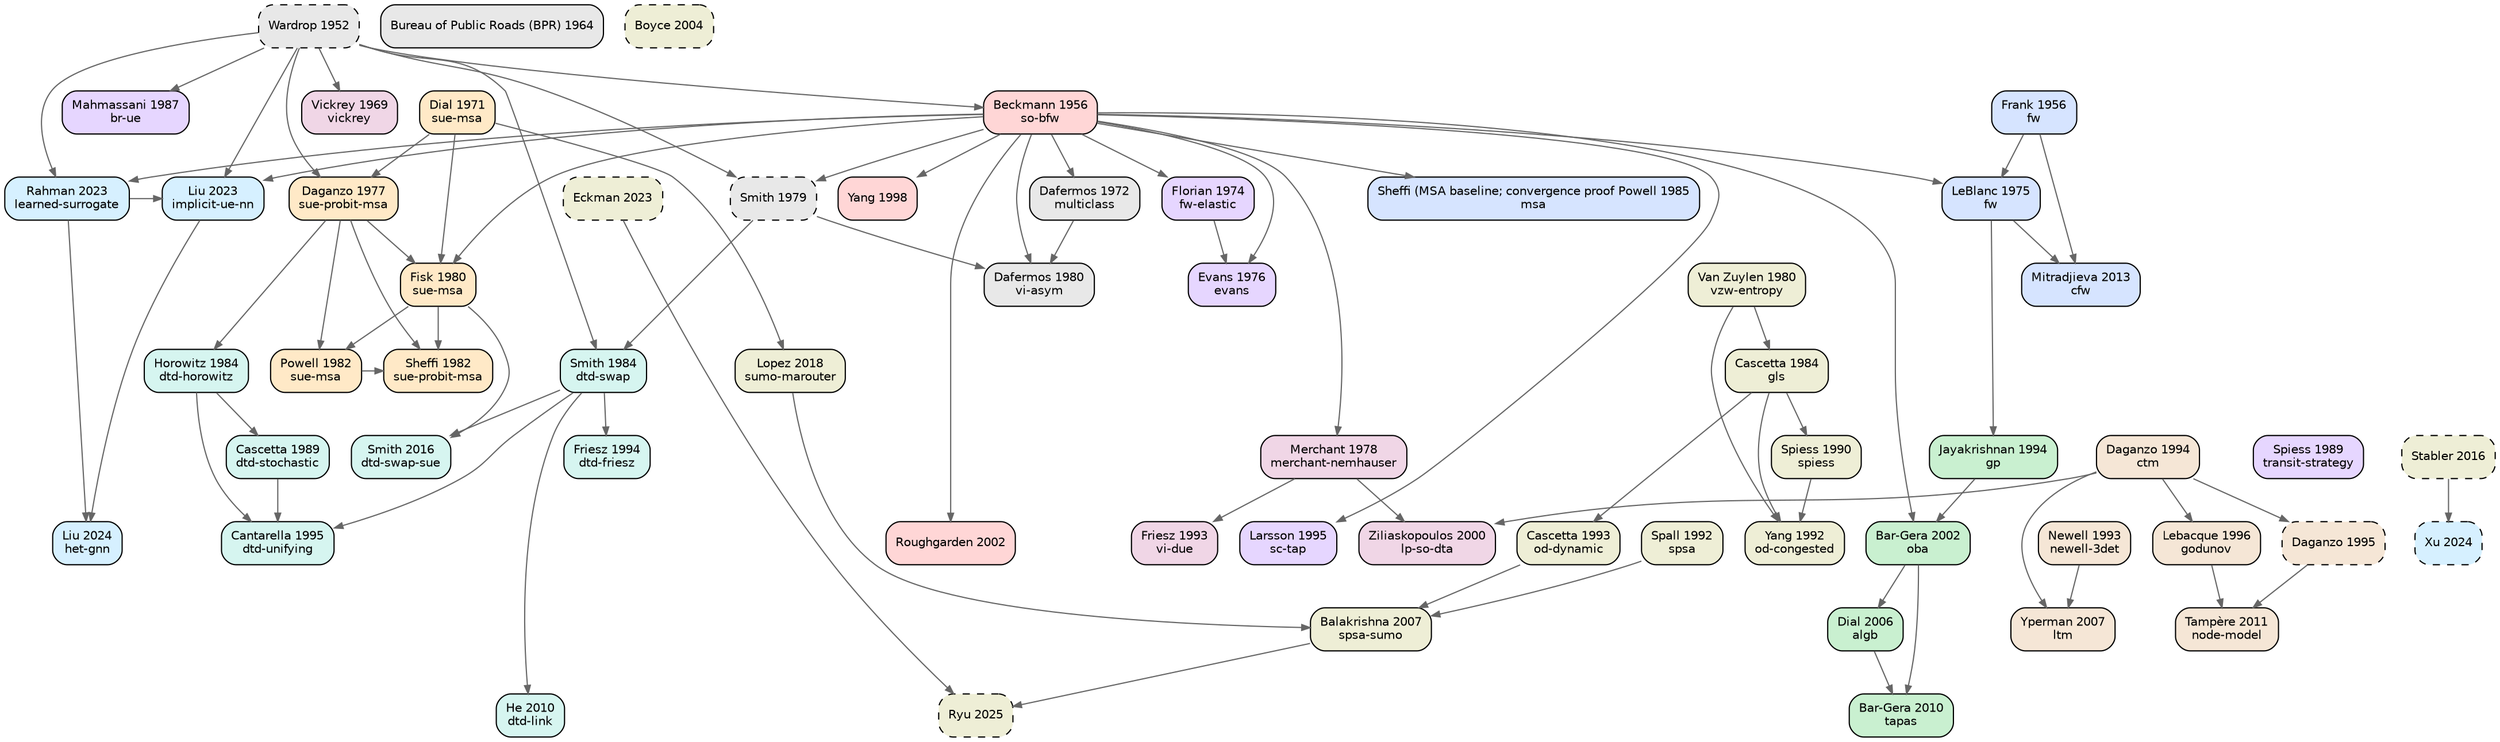
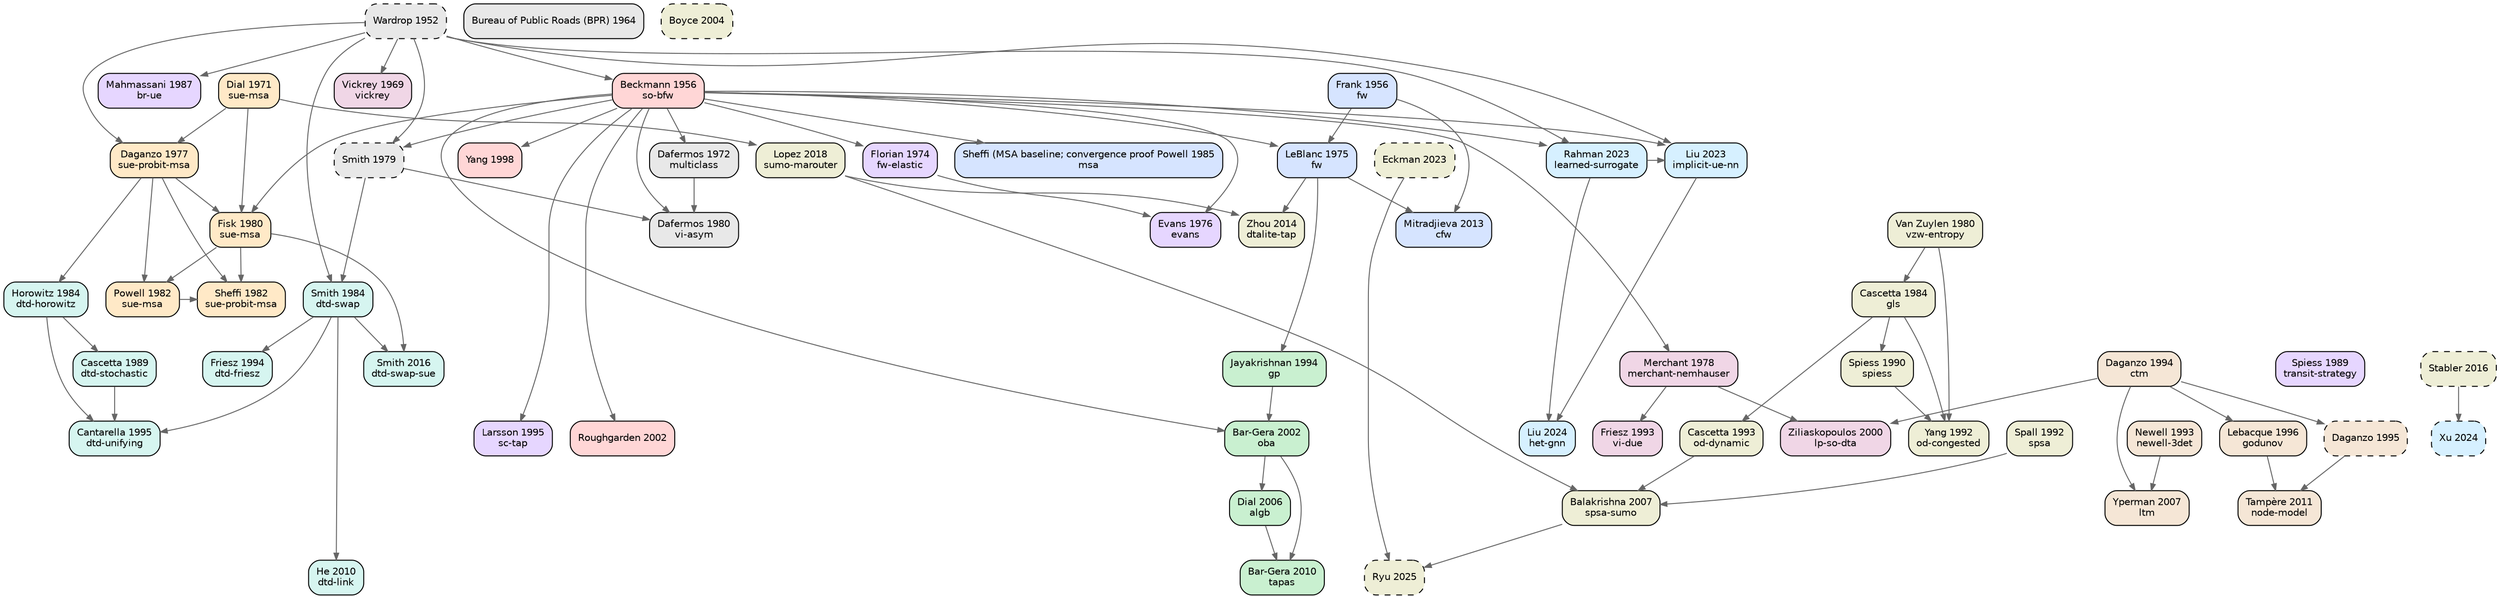
digraph TA_evolution {
  rankdir=TB; node [shape=box,style="rounded,filled",fontname="Helvetica",fontsize=10];
  edge [color="#666666",arrowsize=0.7];
  { rank=same; "wardrop1952some" }
  { rank=same; "frank1956algorithm" "beckmann1956studies" }
  { rank=same; "bpr1964traffic" }
  { rank=same; "vickrey1969congestion" }
  { rank=same; "dial1971probabilistic" }
  { rank=same; "dafermos1972traffic" }
  { rank=same; "florian1974method" }
  { rank=same; "leblanc1975efficient" }
  { rank=same; "evans1976derivation" }
  { rank=same; "daganzo1977stochastic" }
  { rank=same; "merchant1978model" }
  { rank=same; "smith1979existence" }
  { rank=same; "dafermos1980traffic" "fisk1980some" "vanzuylen1980most" }
  { rank=same; "powell1982convergence" "sheffi1982algorithm" }
  { rank=same; "horowitz1984stability" "smith1984stability" "cascetta1984estimation" }
  { rank=same; "sheffi1985urban" }
  { rank=same; "mahmassani1987on" }
  { rank=same; "spiess1989optimal" "cascetta1989stochastic" }
  { rank=same; "spiess1990gradient" }
  { rank=same; "spall1992multivariate" "yang1992estimation" }
  { rank=same; "newell1993simplified" "friesz1993variational" "cascetta1993dynamic" }
  { rank=same; "jayakrishnan1994faster" "friesz1994daytoday" "daganzo1994cell" }
  { rank=same; "larsson1995augmented" "cantarella1995dynamic" "daganzo1995cell" }
  { rank=same; "lebacque1996godunov" }
  { rank=same; "yang1998principle" }
  { rank=same; "ziliaskopoulos2000linear" }
  { rank=same; "bargera2002origin" "roughgarden2002how" }
  { rank=same; "boyce2004convergence" }
  { rank=same; "dial2006path" }
  { rank=same; "yperman2007link" "balakrishna2007offline" }
  { rank=same; "bargera2010traffic" "he2010linkbased" }
  { rank=same; "tampere2011generic" }
  { rank=same; "mitradjieva2013stiff" }
+   { rank=same; "zhou2014dtalite" }
  { rank=same; "smith2016routeswapping" "stabler2016transportation" }
  { rank=same; "lopez2018microscopic" }
  { rank=same; "liu2023end" "rahman2023data" "eckman2023simopt" }
  { rank=same; "liu2024end" "xu2024unified" }
  { rank=same; "ryu2025bo4mob" }
  "wardrop1952some" [label="Wardrop 1952\n",fillcolor="#e8e8e8",style="rounded,filled,dashed"];
  "bpr1964traffic" [label="Bureau of Public Roads (BPR) 1964\n",fillcolor="#e8e8e8",style="rounded,filled"];
  "dafermos1972traffic" [label="Dafermos 1972\nmulticlass",fillcolor="#e8e8e8",style="rounded,filled"];
  "smith1979existence" [label="Smith 1979\n",fillcolor="#e8e8e8",style="rounded,filled,dashed"];
  "dafermos1980traffic" [label="Dafermos 1980\nvi-asym",fillcolor="#e8e8e8",style="rounded,filled"];
  "frank1956algorithm" [label="Frank 1956\nfw",fillcolor="#d6e4ff",style="rounded,filled"];
  "leblanc1975efficient" [label="LeBlanc 1975\nfw",fillcolor="#d6e4ff",style="rounded,filled"];
  "sheffi1985urban" [label="Sheffi (MSA baseline; convergence proof Powell 1985\nmsa",fillcolor="#d6e4ff",style="rounded,filled"];
  "mitradjieva2013stiff" [label="Mitradjieva 2013\ncfw",fillcolor="#d6e4ff",style="rounded,filled"];
  "jayakrishnan1994faster" [label="Jayakrishnan 1994\ngp",fillcolor="#c9f0d0",style="rounded,filled"];
  "bargera2002origin" [label="Bar-Gera 2002\noba",fillcolor="#c9f0d0",style="rounded,filled"];
  "dial2006path" [label="Dial 2006\nalgb",fillcolor="#c9f0d0",style="rounded,filled"];
  "bargera2010traffic" [label="Bar-Gera 2010\ntapas",fillcolor="#c9f0d0",style="rounded,filled"];
  "dial1971probabilistic" [label="Dial 1971\nsue-msa",fillcolor="#ffe9c7",style="rounded,filled"];
  "daganzo1977stochastic" [label="Daganzo 1977\nsue-probit-msa",fillcolor="#ffe9c7",style="rounded,filled"];
  "fisk1980some" [label="Fisk 1980\nsue-msa",fillcolor="#ffe9c7",style="rounded,filled"];
  "powell1982convergence" [label="Powell 1982\nsue-msa",fillcolor="#ffe9c7",style="rounded,filled"];
  "sheffi1982algorithm" [label="Sheffi 1982\nsue-probit-msa",fillcolor="#ffe9c7",style="rounded,filled"];
  "beckmann1956studies" [label="Beckmann 1956\nso-bfw",fillcolor="#ffd6d6",style="rounded,filled"];
  "yang1998principle" [label="Yang 1998\n",fillcolor="#ffd6d6",style="rounded,filled"];
  "roughgarden2002how" [label="Roughgarden 2002\n",fillcolor="#ffd6d6",style="rounded,filled"];
  "florian1974method" [label="Florian 1974\nfw-elastic",fillcolor="#e6d6ff",style="rounded,filled"];
  "evans1976derivation" [label="Evans 1976\nevans",fillcolor="#e6d6ff",style="rounded,filled"];
  "mahmassani1987on" [label="Mahmassani 1987\nbr-ue",fillcolor="#e6d6ff",style="rounded,filled"];
  "spiess1989optimal" [label="Spiess 1989\ntransit-strategy",fillcolor="#e6d6ff",style="rounded,filled"];
  "larsson1995augmented" [label="Larsson 1995\nsc-tap",fillcolor="#e6d6ff",style="rounded,filled"];
  "horowitz1984stability" [label="Horowitz 1984\ndtd-horowitz",fillcolor="#d6f5f0",style="rounded,filled"];
  "smith1984stability" [label="Smith 1984\ndtd-swap",fillcolor="#d6f5f0",style="rounded,filled"];
  "cascetta1989stochastic" [label="Cascetta 1989\ndtd-stochastic",fillcolor="#d6f5f0",style="rounded,filled"];
  "friesz1994daytoday" [label="Friesz 1994\ndtd-friesz",fillcolor="#d6f5f0",style="rounded,filled"];
  "cantarella1995dynamic" [label="Cantarella 1995\ndtd-unifying",fillcolor="#d6f5f0",style="rounded,filled"];
  "he2010linkbased" [label="He 2010\ndtd-link",fillcolor="#d6f5f0",style="rounded,filled"];
  "smith2016routeswapping" [label="Smith 2016\ndtd-swap-sue",fillcolor="#d6f5f0",style="rounded,filled"];
  "newell1993simplified" [label="Newell 1993\nnewell-3det",fillcolor="#f5e6d6",style="rounded,filled"];
  "daganzo1994cell" [label="Daganzo 1994\nctm",fillcolor="#f5e6d6",style="rounded,filled"];
  "daganzo1995cell" [label="Daganzo 1995\n",fillcolor="#f5e6d6",style="rounded,filled,dashed"];
  "lebacque1996godunov" [label="Lebacque 1996\ngodunov",fillcolor="#f5e6d6",style="rounded,filled"];
  "yperman2007link" [label="Yperman 2007\nltm",fillcolor="#f5e6d6",style="rounded,filled"];
  "tampere2011generic" [label="Tampère 2011\nnode-model",fillcolor="#f5e6d6",style="rounded,filled"];
  "vickrey1969congestion" [label="Vickrey 1969\nvickrey",fillcolor="#f0d6e6",style="rounded,filled"];
  "merchant1978model" [label="Merchant 1978\nmerchant-nemhauser",fillcolor="#f0d6e6",style="rounded,filled"];
  "friesz1993variational" [label="Friesz 1993\nvi-due",fillcolor="#f0d6e6",style="rounded,filled"];
  "ziliaskopoulos2000linear" [label="Ziliaskopoulos 2000\nlp-so-dta",fillcolor="#f0d6e6",style="rounded,filled"];
  "liu2023end" [label="Liu 2023\nimplicit-ue-nn",fillcolor="#d6f0ff",style="rounded,filled"];
  "rahman2023data" [label="Rahman 2023\nlearned-surrogate",fillcolor="#d6f0ff",style="rounded,filled"];
  "liu2024end" [label="Liu 2024\nhet-gnn",fillcolor="#d6f0ff",style="rounded,filled"];
  "xu2024unified" [label="Xu 2024\n",fillcolor="#d6f0ff",style="rounded,filled,dashed"];
  "vanzuylen1980most" [label="Van Zuylen 1980\nvzw-entropy",fillcolor="#eeeed6",style="rounded,filled"];
  "cascetta1984estimation" [label="Cascetta 1984\ngls",fillcolor="#eeeed6",style="rounded,filled"];
  "spiess1990gradient" [label="Spiess 1990\nspiess",fillcolor="#eeeed6",style="rounded,filled"];
  "spall1992multivariate" [label="Spall 1992\nspsa",fillcolor="#eeeed6",style="rounded,filled"];
  "yang1992estimation" [label="Yang 1992\nod-congested",fillcolor="#eeeed6",style="rounded,filled"];
  "cascetta1993dynamic" [label="Cascetta 1993\nod-dynamic",fillcolor="#eeeed6",style="rounded,filled"];
  "boyce2004convergence" [label="Boyce 2004\n",fillcolor="#eeeed6",style="rounded,filled,dashed"];
  "balakrishna2007offline" [label="Balakrishna 2007\nspsa-sumo",fillcolor="#eeeed6",style="rounded,filled"];
  "stabler2016transportation" [label="Stabler 2016\n",fillcolor="#eeeed6",style="rounded,filled,dashed"];
  "eckman2023simopt" [label="Eckman 2023\n",fillcolor="#eeeed6",style="rounded,filled,dashed"];
  "ryu2025bo4mob" [label="Ryu 2025\n",fillcolor="#eeeed6",style="rounded,filled,dashed"];
  "lopez2018microscopic" [label="Lopez 2018\nsumo-marouter",fillcolor="#eeeed6",style="rounded,filled"];
+   "zhou2014dtalite" [label="Zhou 2014\ndtalite-tap",fillcolor="#eeeed6",style="rounded,filled"];
  "beckmann1956studies" -> "dafermos1972traffic";
  "wardrop1952some" -> "smith1979existence";
  "beckmann1956studies" -> "smith1979existence";
  "smith1979existence" -> "dafermos1980traffic";
  "beckmann1956studies" -> "dafermos1980traffic";
  "dafermos1972traffic" -> "dafermos1980traffic";
  "frank1956algorithm" -> "leblanc1975efficient";
  "beckmann1956studies" -> "leblanc1975efficient";
  "beckmann1956studies" -> "sheffi1985urban";
  "leblanc1975efficient" -> "mitradjieva2013stiff";
  "frank1956algorithm" -> "mitradjieva2013stiff";
  "leblanc1975efficient" -> "jayakrishnan1994faster";
  "jayakrishnan1994faster" -> "bargera2002origin";
  "beckmann1956studies" -> "bargera2002origin";
  "bargera2002origin" -> "dial2006path";
  "dial2006path" -> "bargera2010traffic";
  "bargera2002origin" -> "bargera2010traffic";
  "dial1971probabilistic" -> "daganzo1977stochastic";
  "wardrop1952some" -> "daganzo1977stochastic";
  "daganzo1977stochastic" -> "fisk1980some";
  "dial1971probabilistic" -> "fisk1980some";
  "beckmann1956studies" -> "fisk1980some";
  "fisk1980some" -> "powell1982convergence";
  "daganzo1977stochastic" -> "powell1982convergence";
  "daganzo1977stochastic" -> "sheffi1982algorithm";
  "powell1982convergence" -> "sheffi1982algorithm";
  "fisk1980some" -> "sheffi1982algorithm";
  "wardrop1952some" -> "beckmann1956studies";
  "beckmann1956studies" -> "yang1998principle";
  "beckmann1956studies" -> "roughgarden2002how";
  "beckmann1956studies" -> "florian1974method";
  "beckmann1956studies" -> "evans1976derivation";
  "florian1974method" -> "evans1976derivation";
  "wardrop1952some" -> "mahmassani1987on";
  "beckmann1956studies" -> "larsson1995augmented";
  "daganzo1977stochastic" -> "horowitz1984stability";
  "smith1979existence" -> "smith1984stability";
  "wardrop1952some" -> "smith1984stability";
  "horowitz1984stability" -> "cascetta1989stochastic";
  "smith1984stability" -> "friesz1994daytoday";
  "cascetta1989stochastic" -> "cantarella1995dynamic";
  "smith1984stability" -> "cantarella1995dynamic";
  "horowitz1984stability" -> "cantarella1995dynamic";
  "smith1984stability" -> "he2010linkbased";
  "smith1984stability" -> "smith2016routeswapping";
  "fisk1980some" -> "smith2016routeswapping";
  "daganzo1994cell" -> "daganzo1995cell";
  "daganzo1994cell" -> "lebacque1996godunov";
  "newell1993simplified" -> "yperman2007link";
  "daganzo1994cell" -> "yperman2007link";
  "daganzo1995cell" -> "tampere2011generic";
  "lebacque1996godunov" -> "tampere2011generic";
  "wardrop1952some" -> "vickrey1969congestion";
  "beckmann1956studies" -> "merchant1978model";
  "merchant1978model" -> "friesz1993variational";
  "merchant1978model" -> "ziliaskopoulos2000linear";
  "daganzo1994cell" -> "ziliaskopoulos2000linear";
  "rahman2023data" -> "liu2023end";
  "beckmann1956studies" -> "liu2023end";
  "wardrop1952some" -> "liu2023end";
  "wardrop1952some" -> "rahman2023data";
  "beckmann1956studies" -> "rahman2023data";
  "rahman2023data" -> "liu2024end";
  "liu2023end" -> "liu2024end";
  "stabler2016transportation" -> "xu2024unified";
  "vanzuylen1980most" -> "cascetta1984estimation";
  "cascetta1984estimation" -> "spiess1990gradient";
  "cascetta1984estimation" -> "yang1992estimation";
  "spiess1990gradient" -> "yang1992estimation";
  "vanzuylen1980most" -> "yang1992estimation";
  "cascetta1984estimation" -> "cascetta1993dynamic";
  "spall1992multivariate" -> "balakrishna2007offline";
  "cascetta1993dynamic" -> "balakrishna2007offline";
  "lopez2018microscopic" -> "balakrishna2007offline";
  "eckman2023simopt" -> "ryu2025bo4mob";
  "balakrishna2007offline" -> "ryu2025bo4mob";
  "dial1971probabilistic" -> "lopez2018microscopic";
+   "leblanc1975efficient" -> "zhou2014dtalite";
+   "lopez2018microscopic" -> "zhou2014dtalite";
}
